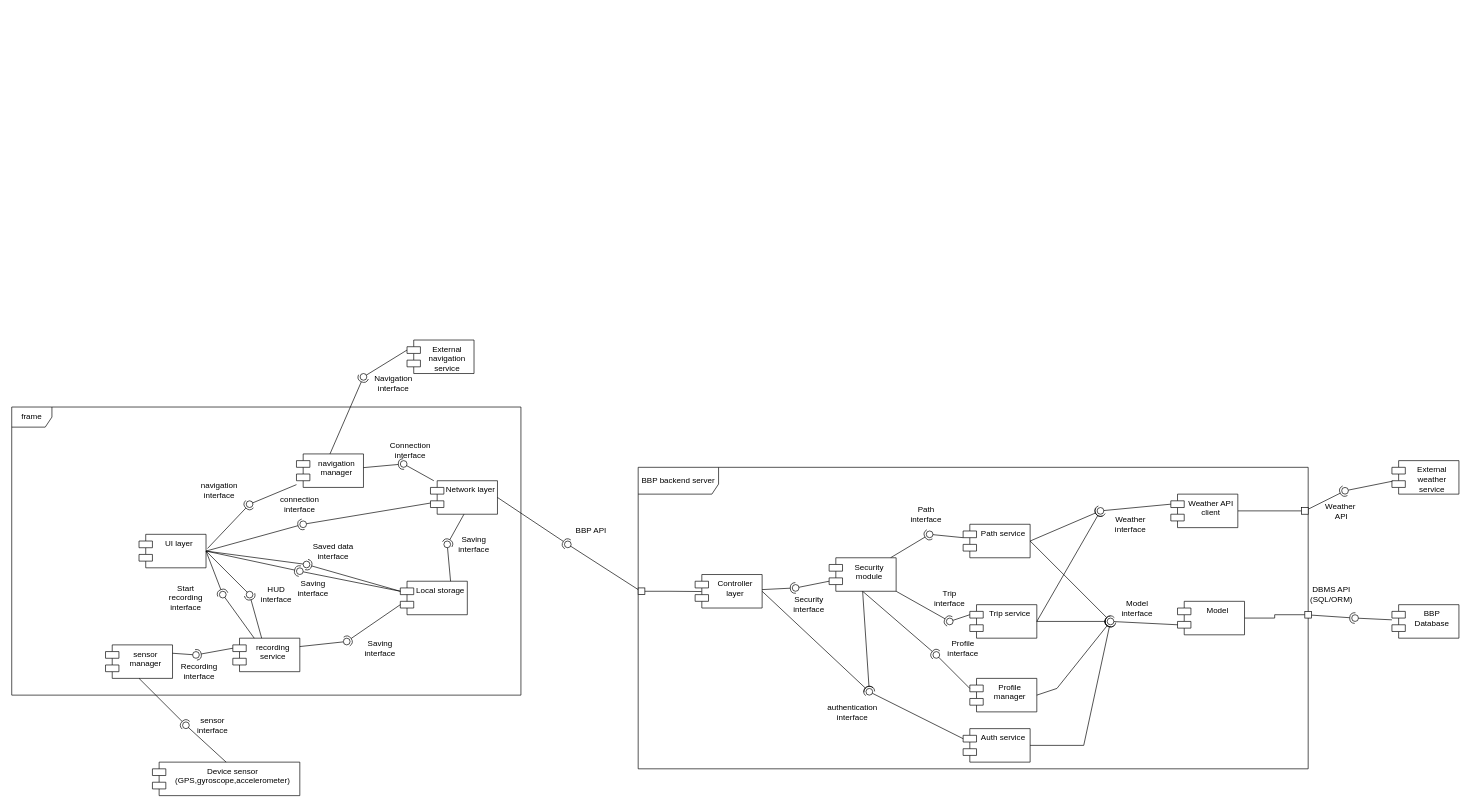
Before: page "Complete_low_level_diagram" (3 of 7) of DD/LaTeXCode/images/drawio/Component_diagram.drawio in jacopobellosi/Bellosi-Montanelli-Tempobono, a draw.io diagram. Source tidied: cells renumbered, new cells numbered last; positions are measured from the earlier drawing's top-left corner, leaving out a move shared by most shapes. Both pictures are drawn from the tidied source at 67%, with x=0, y=0 at pixel (11, 340).
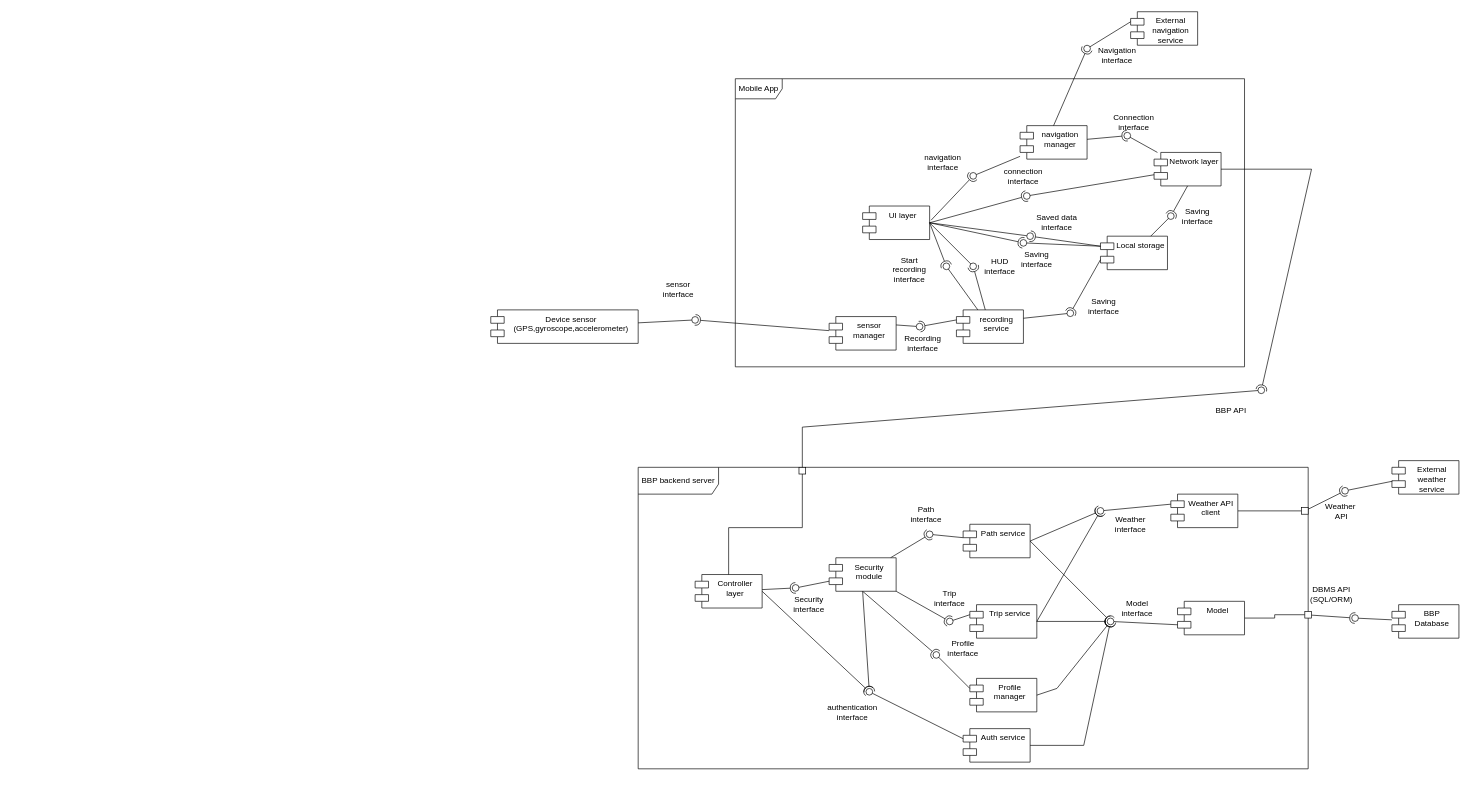
After the change.

Unchanged cells that the change refers to:
```xml
<mxCell id="29" value="Controller layer" style="shape=module;align=left;spacingLeft=20;align=center;verticalAlign=top;whiteSpace=wrap;html=1;" parent="1" vertex="1">
  <mxGeometry x="1020" y="350" width="100" height="50" as="geometry" />
</mxCell>
```

What changed in the source:
```diff
@@
     <mxCell id="4" value="External navigation service" style="shape=module;align=left;spacingLeft=20;align=center;verticalAlign=top;whiteSpace=wrap;html=1;" parent="1" vertex="1">
-      <mxGeometry x="590" width="100" height="50" as="geometry" />
+      <mxGeometry x="1670" y="-490" width="100" height="50" as="geometry" />
     </mxCell>
     <mxCell id="5" value="Device sensor&lt;br&gt;(GPS,gyroscope,accelerometer)" style="shape=module;align=left;spacingLeft=20;align=center;verticalAlign=top;whiteSpace=wrap;html=1;" parent="1" vertex="1">
-      <mxGeometry x="210" y="630" width="220" height="50" as="geometry" />
+      <mxGeometry x="715" y="-45" width="220" height="50" as="geometry" />
     </mxCell>
@@
     <mxCell id="7" style="ellipse;whiteSpace=wrap;html=1;align=center;fillColor=none;strokeColor=none;perimeter=centerPerimeter;" parent="1" vertex="1">
-      <mxGeometry x="445" y="580" width="10" height="10" as="geometry" />
+      <mxGeometry x="1525" y="90" width="10" height="10" as="geometry" />
     </mxCell>
     <mxCell id="8" style="ellipse;whiteSpace=wrap;html=1;align=center;fillColor=none;strokeColor=none;perimeter=centerPerimeter;" parent="1" vertex="1">
-      <mxGeometry x="825" y="260" width="10" height="10" as="geometry" />
+      <mxGeometry x="1905" y="-230" width="10" height="10" as="geometry" />
     </mxCell>
     <mxCell id="9" style="ellipse;whiteSpace=wrap;html=1;align=center;fillColor=none;strokeColor=none;perimeter=centerPerimeter;" parent="1" vertex="1">
-      <mxGeometry x="495" y="610" width="10" height="10" as="geometry" />
+      <mxGeometry x="1575" y="120" width="10" height="10" as="geometry" />
     </mxCell>
     <mxCell id="10" style="ellipse;whiteSpace=wrap;html=1;align=center;fillColor=none;strokeColor=none;perimeter=centerPerimeter;" parent="1" vertex="1">
-      <mxGeometry x="625" y="610" width="10" height="10" as="geometry" />
+      <mxGeometry x="1705" y="120" width="10" height="10" as="geometry" />
     </mxCell>
@@
     <mxCell id="19" value="Navigation&lt;br&gt;interface" style="text;html=1;whiteSpace=wrap;strokeColor=none;fillColor=none;align=center;verticalAlign=middle;rounded=0;" parent="1" vertex="1">
-      <mxGeometry x="540" y="50" width="60" height="30" as="geometry" />
+      <mxGeometry x="1620" y="-440" width="60" height="30" as="geometry" />
     </mxCell>
     <mxCell id="20" value="sensor interface" style="text;html=1;whiteSpace=wrap;strokeColor=none;fillColor=none;align=center;verticalAlign=middle;rounded=0;" parent="1" vertex="1">
-      <mxGeometry x="270" y="560" width="60" height="30" as="geometry" />
+      <mxGeometry x="965" y="-90" width="60" height="30" as="geometry" />
     </mxCell>
     <mxCell id="21" style="ellipse;whiteSpace=wrap;html=1;align=center;fillColor=none;strokeColor=none;perimeter=centerPerimeter;" parent="1" vertex="1">
-      <mxGeometry x="750" y="580" width="10" height="10" as="geometry" />
+      <mxGeometry x="1830" y="90" width="10" height="10" as="geometry" />
     </mxCell>
     <mxCell id="22" value="BBP API" style="text;html=1;whiteSpace=wrap;strokeColor=none;fillColor=none;align=center;verticalAlign=middle;rounded=0;" parent="1" vertex="1">
-      <mxGeometry x="785" y="270" width="160" height="30" as="geometry" />
+      <mxGeometry x="1740" y="90" width="160" height="30" as="geometry" />
     </mxCell>
@@
     <mxCell id="27" style="rounded=0;whiteSpace=wrap;html=1;" parent="1" vertex="1">
-      <mxGeometry x="935" y="370" width="10" height="10" as="geometry" />
+      <mxGeometry x="1175" y="190" width="10" height="10" as="geometry" />
     </mxCell>
@@
-    <mxCell id="35" style="edgeStyle=orthogonalEdgeStyle;rounded=0;jettySize=auto;html=1;entryX=0.096;entryY=0.508;entryDx=0;entryDy=0;entryPerimeter=0;endArrow=none;endFill=0;" parent="1" edge="1" source="27" target="29">
-      <mxGeometry relative="1" as="geometry" />
+    <mxCell id="35" style="edgeStyle=orthogonalEdgeStyle;rounded=0;jettySize=auto;html=1;endArrow=none;endFill=0;" parent="1" edge="1" source="27" target="29">
+      <mxGeometry relative="1" as="geometry">
+        <Array as="points">
+          <mxPoint x="1180" y="280" />
+          <mxPoint x="1070" y="280" />
+        </Array>
+      </mxGeometry>
     </mxCell>
@@
-    <mxCell id="62" value="frame" style="shape=umlFrame;whiteSpace=wrap;html=1;" parent="1" vertex="1">
-      <mxGeometry y="100" width="760" height="430" as="geometry" />
+    <mxCell id="62" value="Mobile App" style="shape=umlFrame;whiteSpace=wrap;html=1;width=70;height=30;" parent="1" vertex="1">
+      <mxGeometry x="1080" y="-390" width="760" height="430" as="geometry" />
     </mxCell>
     <mxCell id="63" value="UI layer" style="shape=module;align=left;spacingLeft=20;align=center;verticalAlign=top;whiteSpace=wrap;html=1;" parent="1" vertex="1">
-      <mxGeometry x="190" y="290" width="100" height="50" as="geometry" />
+      <mxGeometry x="1270" y="-200" width="100" height="50" as="geometry" />
     </mxCell>
     <mxCell id="64" value="recording&lt;br&gt;service" style="shape=module;align=left;spacingLeft=20;align=center;verticalAlign=top;whiteSpace=wrap;html=1;" parent="1" vertex="1">
-      <mxGeometry x="330" y="445" width="100" height="50" as="geometry" />
+      <mxGeometry x="1410" y="-45" width="100" height="50" as="geometry" />
     </mxCell>
     <mxCell id="65" value="sensor manager" style="shape=module;align=left;spacingLeft=20;align=center;verticalAlign=top;whiteSpace=wrap;html=1;" parent="1" vertex="1">
-      <mxGeometry x="140" y="455" width="100" height="50" as="geometry" />
+      <mxGeometry x="1220" y="-35" width="100" height="50" as="geometry" />
     </mxCell>
     <mxCell id="66" value="navigation&lt;br&gt;manager" style="shape=module;align=left;spacingLeft=20;align=center;verticalAlign=top;whiteSpace=wrap;html=1;" parent="1" vertex="1">
-      <mxGeometry x="425" y="170" width="100" height="50" as="geometry" />
+      <mxGeometry x="1505" y="-320" width="100" height="50" as="geometry" />
     </mxCell>
     <mxCell id="67" value="Network layer" style="shape=module;align=left;spacingLeft=20;align=center;verticalAlign=top;whiteSpace=wrap;html=1;" parent="1" vertex="1">
-      <mxGeometry x="625" y="210" width="100" height="50" as="geometry" />
+      <mxGeometry x="1705" y="-280" width="100" height="50" as="geometry" />
     </mxCell>
     <mxCell id="68" value="Local storage" style="shape=module;align=left;spacingLeft=20;align=center;verticalAlign=top;whiteSpace=wrap;html=1;" parent="1" vertex="1">
-      <mxGeometry x="580" y="360" width="100" height="50" as="geometry" />
+      <mxGeometry x="1625" y="-155" width="100" height="50" as="geometry" />
     </mxCell>
@@
     <mxCell id="71" style="ellipse;whiteSpace=wrap;html=1;align=center;fillColor=none;strokeColor=none;perimeter=centerPerimeter;points=[];outlineConnect=1;" parent="1" vertex="1">
-      <mxGeometry x="310" y="375" width="10" height="10" as="geometry" />
+      <mxGeometry x="1390" y="-115" width="10" height="10" as="geometry" />
     </mxCell>
@@
     <mxCell id="74" style="ellipse;whiteSpace=wrap;html=1;align=center;fillColor=none;strokeColor=none;perimeter=centerPerimeter;points=[];outlineConnect=1;" parent="1" vertex="1">
-      <mxGeometry x="430" y="270" width="10" height="10" as="geometry" />
+      <mxGeometry x="1510" y="-220" width="10" height="10" as="geometry" />
     </mxCell>
@@
     <mxCell id="77" style="ellipse;whiteSpace=wrap;html=1;align=center;fillColor=none;strokeColor=none;perimeter=centerPerimeter;points=[];outlineConnect=1;" parent="1" vertex="1">
-      <mxGeometry x="350" y="240" width="10" height="10" as="geometry" />
+      <mxGeometry x="1430" y="-250" width="10" height="10" as="geometry" />
     </mxCell>
@@
     <mxCell id="80" style="ellipse;whiteSpace=wrap;html=1;align=center;fillColor=none;strokeColor=none;perimeter=centerPerimeter;points=[];outlineConnect=1;" parent="1" vertex="1">
-      <mxGeometry x="425" y="340" width="10" height="10" as="geometry" />
+      <mxGeometry x="1505" y="-150" width="10" height="10" as="geometry" />
     </mxCell>
@@
     <mxCell id="83" style="ellipse;whiteSpace=wrap;html=1;align=center;fillColor=none;strokeColor=none;perimeter=centerPerimeter;points=[];outlineConnect=1;" parent="1" vertex="1">
-      <mxGeometry x="270" y="465" width="10" height="10" as="geometry" />
+      <mxGeometry x="1350" y="-25" width="10" height="10" as="geometry" />
     </mxCell>
     <mxCell id="84" style="ellipse;whiteSpace=wrap;html=1;align=center;fillColor=none;strokeColor=none;perimeter=centerPerimeter;" parent="1" vertex="1">
-      <mxGeometry x="360" y="345" width="10" height="10" as="geometry" />
+      <mxGeometry x="1440" y="-145" width="10" height="10" as="geometry" />
     </mxCell>
@@
     <mxCell id="87" style="ellipse;whiteSpace=wrap;html=1;align=center;fillColor=none;strokeColor=none;perimeter=centerPerimeter;points=[];outlineConnect=1;" parent="1" vertex="1">
-      <mxGeometry x="435" y="330" width="10" height="10" as="geometry" />
+      <mxGeometry x="1515" y="-160" width="10" height="10" as="geometry" />
     </mxCell>
@@
     <mxCell id="90" style="ellipse;whiteSpace=wrap;html=1;align=center;fillColor=none;strokeColor=none;perimeter=centerPerimeter;points=[];outlineConnect=1;" parent="1" vertex="1">
-      <mxGeometry x="580" y="180" width="10" height="10" as="geometry" />
+      <mxGeometry x="1660" y="-310" width="10" height="10" as="geometry" />
     </mxCell>
@@
     <mxCell id="93" style="ellipse;whiteSpace=wrap;html=1;align=center;fillColor=none;strokeColor=none;perimeter=centerPerimeter;points=[];outlineConnect=1;" parent="1" vertex="1">
-      <mxGeometry x="495" y="445" width="10" height="10" as="geometry" />
+      <mxGeometry x="1575" y="-45" width="10" height="10" as="geometry" />
     </mxCell>
@@
     <mxCell id="96" style="ellipse;whiteSpace=wrap;html=1;align=center;fillColor=none;strokeColor=none;perimeter=centerPerimeter;points=[];outlineConnect=1;" parent="1" vertex="1">
-      <mxGeometry x="645" y="300" width="10" height="10" as="geometry" />
+      <mxGeometry x="1725" y="-190" width="10" height="10" as="geometry" />
     </mxCell>
     <mxCell id="97" style="rounded=0;jettySize=auto;html=1;endArrow=halfCircle;endFill=0;endSize=6;strokeWidth=1;sketch=0;exitX=1;exitY=0.5;exitDx=0;exitDy=0;" parent="1" edge="1" source="67" target="99">
-      <mxGeometry relative="1" as="geometry" />
+      <mxGeometry relative="1" as="geometry">
+        <Array as="points">
+          <mxPoint x="1940" y="-255" />
+        </Array>
+      </mxGeometry>
     </mxCell>
-    <mxCell id="98" style="rounded=0;jettySize=auto;html=1;endArrow=oval;endFill=0;sketch=0;sourcePerimeterSpacing=0;targetPerimeterSpacing=0;endSize=10;exitX=0;exitY=0.25;exitDx=0;exitDy=0;" parent="1" edge="1" source="27" target="99">
-      <mxGeometry relative="1" as="geometry" />
+    <mxCell id="98" style="rounded=0;jettySize=auto;html=1;endArrow=oval;endFill=0;sketch=0;sourcePerimeterSpacing=0;targetPerimeterSpacing=0;endSize=10;" parent="1" edge="1" source="27" target="99">
+      <mxGeometry relative="1" as="geometry">
+        <Array as="points">
+          <mxPoint x="1180" y="130" />
+        </Array>
+      </mxGeometry>
     </mxCell>
     <mxCell id="99" style="ellipse;whiteSpace=wrap;html=1;align=center;fillColor=none;strokeColor=none;perimeter=centerPerimeter;points=[];outlineConnect=1;" parent="1" vertex="1">
-      <mxGeometry x="825" y="300" width="10" height="10" as="geometry" />
+      <mxGeometry x="1860" y="70" width="10" height="10" as="geometry" />
     </mxCell>
-    <mxCell id="100" style="rounded=0;jettySize=auto;html=1;endArrow=halfCircle;endFill=0;endSize=6;strokeWidth=1;sketch=0;exitX=0.5;exitY=1;exitDx=0;exitDy=0;" parent="1" edge="1" source="65" target="102">
+    <mxCell id="100" style="rounded=0;jettySize=auto;html=1;endArrow=halfCircle;endFill=0;endSize=6;strokeWidth=1;sketch=0;" parent="1" edge="1" source="65" target="102">
       <mxGeometry relative="1" as="geometry" />
     </mxCell>
-    <mxCell id="101" style="rounded=0;jettySize=auto;html=1;endArrow=oval;endFill=0;sketch=0;sourcePerimeterSpacing=0;targetPerimeterSpacing=0;endSize=10;exitX=0.5;exitY=0;exitDx=0;exitDy=0;" parent="1" edge="1" source="5" target="102">
+    <mxCell id="101" style="rounded=0;jettySize=auto;html=1;endArrow=oval;endFill=0;sketch=0;sourcePerimeterSpacing=0;targetPerimeterSpacing=0;endSize=10;" parent="1" edge="1" source="5" target="102">
       <mxGeometry relative="1" as="geometry" />
     </mxCell>
     <mxCell id="102" style="ellipse;whiteSpace=wrap;html=1;align=center;fillColor=none;strokeColor=none;perimeter=centerPerimeter;points=[];outlineConnect=1;" parent="1" vertex="1">
-      <mxGeometry x="255" y="570" width="10" height="10" as="geometry" />
+      <mxGeometry x="1015" y="-35" width="10" height="10" as="geometry" />
     </mxCell>
@@
     <mxCell id="105" style="ellipse;whiteSpace=wrap;html=1;align=center;fillColor=none;strokeColor=none;perimeter=centerPerimeter;points=[];outlineConnect=1;" parent="1" vertex="1">
-      <mxGeometry x="520" y="50" width="10" height="10" as="geometry" />
+      <mxGeometry x="1600" y="-440" width="10" height="10" as="geometry" />
     </mxCell>
@@
     <mxCell id="108" style="ellipse;whiteSpace=wrap;html=1;align=center;fillColor=none;strokeColor=none;perimeter=centerPerimeter;points=[];outlineConnect=1;" parent="1" vertex="1">
-      <mxGeometry x="350" y="375" width="10" height="10" as="geometry" />
+      <mxGeometry x="1430" y="-115" width="10" height="10" as="geometry" />
     </mxCell>
@@
     <mxCell id="115" value="HUD interface" style="text;html=1;whiteSpace=wrap;strokeColor=none;fillColor=none;align=center;verticalAlign=middle;rounded=0;" parent="1" vertex="1">
-      <mxGeometry x="365" y="365" width="60" height="30" as="geometry" />
+      <mxGeometry x="1445" y="-125" width="60" height="30" as="geometry" />
     </mxCell>
     <mxCell id="116" value="Start recording interface" style="text;html=1;whiteSpace=wrap;strokeColor=none;fillColor=none;align=center;verticalAlign=middle;rounded=0;" parent="1" vertex="1">
-      <mxGeometry x="220" y="370" width="80" height="30" as="geometry" />
+      <mxGeometry x="1300" y="-120" width="80" height="30" as="geometry" />
     </mxCell>
     <mxCell id="117" value="Recording interface" style="text;html=1;whiteSpace=wrap;strokeColor=none;fillColor=none;align=center;verticalAlign=middle;rounded=0;" parent="1" vertex="1">
-      <mxGeometry x="250" y="480" width="60" height="30" as="geometry" />
+      <mxGeometry x="1330" y="-10" width="60" height="30" as="geometry" />
     </mxCell>
     <mxCell id="118" value="Saving&lt;br&gt;interface" style="text;html=1;whiteSpace=wrap;strokeColor=none;fillColor=none;align=center;verticalAlign=middle;rounded=0;" parent="1" vertex="1">
-      <mxGeometry x="520" y="445" width="60" height="30" as="geometry" />
+      <mxGeometry x="1600" y="-65" width="60" height="30" as="geometry" />
     </mxCell>
     <mxCell id="119" value="Saving&lt;br&gt;interface" style="text;html=1;whiteSpace=wrap;strokeColor=none;fillColor=none;align=center;verticalAlign=middle;rounded=0;" parent="1" vertex="1">
-      <mxGeometry x="420" y="355" width="60" height="30" as="geometry" />
+      <mxGeometry x="1500" y="-135" width="60" height="30" as="geometry" />
     </mxCell>
     <mxCell id="120" value="Saved data interface" style="text;html=1;whiteSpace=wrap;strokeColor=none;fillColor=none;align=center;verticalAlign=middle;rounded=0;" parent="1" vertex="1">
-      <mxGeometry x="435" y="300" width="90" height="30" as="geometry" />
+      <mxGeometry x="1515" y="-190" width="90" height="30" as="geometry" />
     </mxCell>
     <mxCell id="121" value="connection&lt;br&gt;interface" style="text;html=1;whiteSpace=wrap;strokeColor=none;fillColor=none;align=center;verticalAlign=middle;rounded=0;" parent="1" vertex="1">
-      <mxGeometry x="400" y="230" width="60" height="30" as="geometry" />
+      <mxGeometry x="1480" y="-260" width="60" height="30" as="geometry" />
     </mxCell>
     <mxCell id="122" value="navigation&lt;br&gt;interface" style="text;html=1;whiteSpace=wrap;strokeColor=none;fillColor=none;align=center;verticalAlign=middle;rounded=0;" parent="1" vertex="1">
-      <mxGeometry x="280" y="210" width="60" height="30" as="geometry" />
+      <mxGeometry x="1360" y="-280" width="60" height="30" as="geometry" />
     </mxCell>
     <mxCell id="123" value="Connection interface" style="text;html=1;whiteSpace=wrap;strokeColor=none;fillColor=none;align=center;verticalAlign=middle;rounded=0;" parent="1" vertex="1">
-      <mxGeometry x="565" y="150" width="60" height="30" as="geometry" />
+      <mxGeometry x="1645" y="-340" width="60" height="30" as="geometry" />
     </mxCell>
     <mxCell id="124" value="Saving interface" style="text;html=1;whiteSpace=wrap;strokeColor=none;fillColor=none;align=center;verticalAlign=middle;rounded=0;" parent="1" vertex="1">
-      <mxGeometry x="660" y="290" width="60" height="30" as="geometry" />
+      <mxGeometry x="1740" y="-200" width="60" height="30" as="geometry" />
     </mxCell>
```
